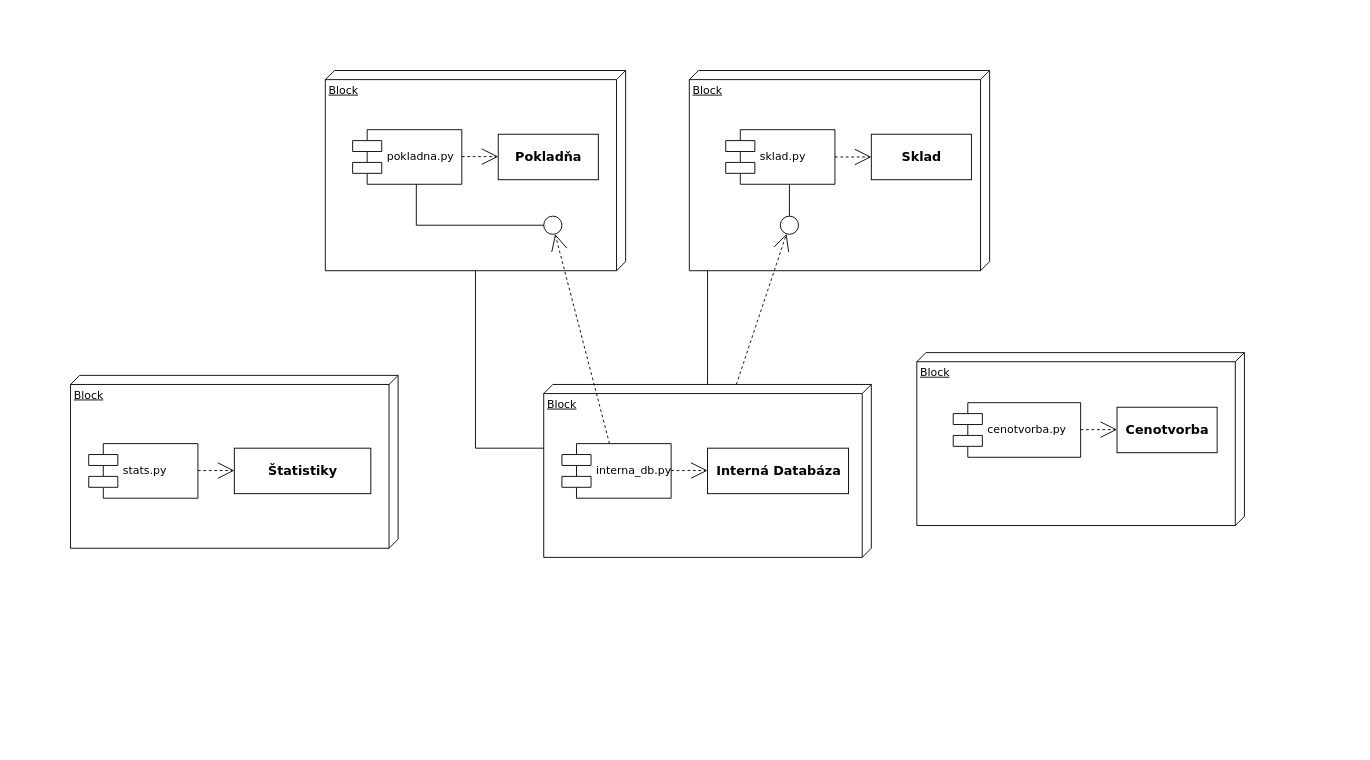
GISAdamToth/draw.io keeps this draw.io diagram as class_sample.drawio. Above is the earlier version. Source tidied: cells renumbered, new cells numbered last; positions are measured from the earlier drawing's top-left corner, leaving out a move shared by most shapes. Both pictures are drawn from the tidied source at 91%, with x=0, y=0 at pixel (70, 70).
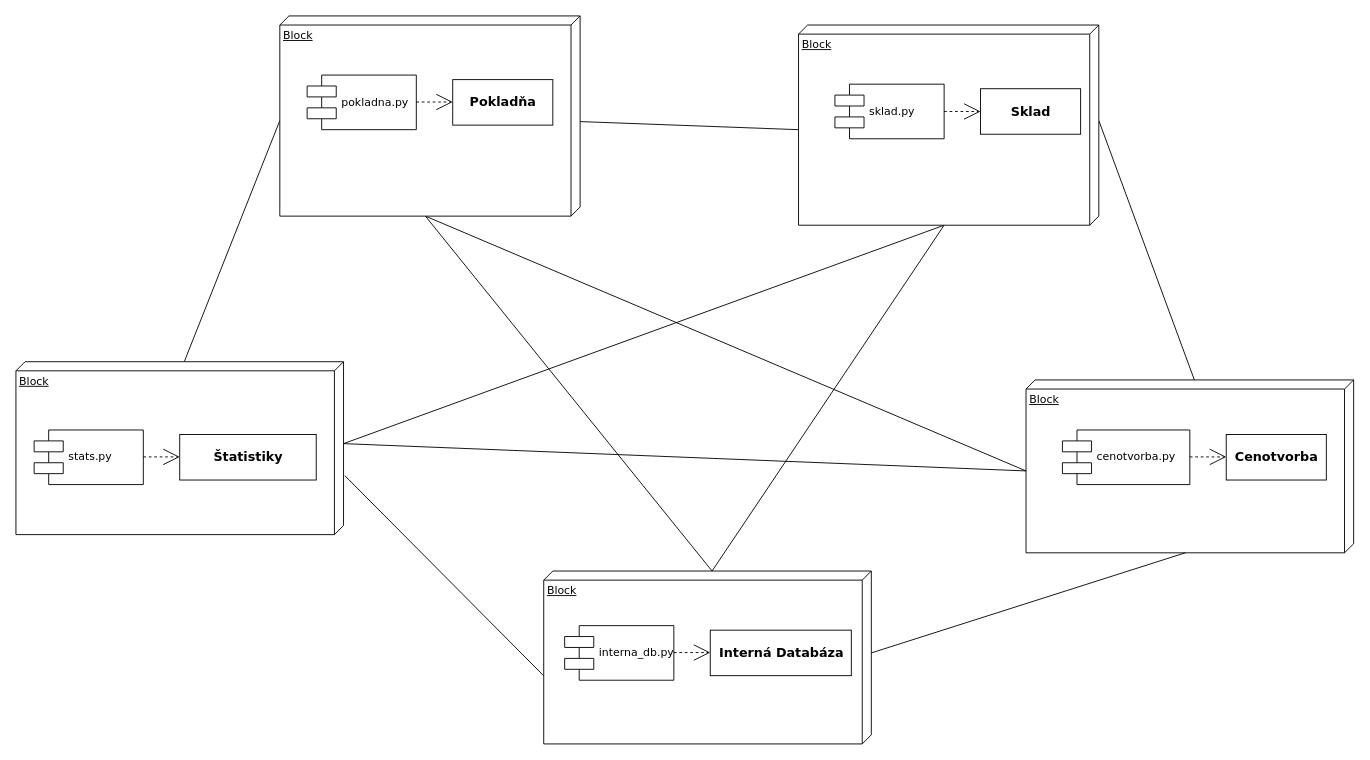
Above is the later version.

What changed in the source:
```diff
@@
+    <mxCell id="30" style="endArrow=none;html=1;rounded=0;fontSize=14;exitX=0.659;exitY=-0.004;exitDx=0;exitDy=0;exitPerimeter=0;entryX=0.606;entryY=1;entryDx=0;entryDy=0;entryPerimeter=0;" parent="1" edge="1" source="20" target="4">
+      <mxGeometry relative="1" as="geometry" />
+    </mxCell>
+    <mxCell id="31" style="group;" parent="1" vertex="1">
+      <mxGeometry x="1050" y="340" width="360" height="190" as="geometry" />
+    </mxCell>
+    <mxCell id="21" value="Block" style="verticalAlign=top;align=left;spacingTop=8;spacingLeft=2;spacingRight=12;shape=cube;size=10;direction=south;fontStyle=4;html=1;rounded=0;shadow=0;comic=0;labelBackgroundColor=none;strokeWidth=1;fontFamily=Verdana;fontSize=12;" parent="31" vertex="1">
+      <mxGeometry width="360" height="190" as="geometry" />
+    </mxCell>
+    <mxCell id="22" value="cenotvorba.py" style="shape=component;align=left;spacingLeft=36;rounded=0;shadow=0;comic=0;labelBackgroundColor=none;strokeWidth=1;fontFamily=Verdana;fontSize=12;html=1;" parent="31" vertex="1">
+      <mxGeometry x="40" y="55" width="140" height="60" as="geometry" />
+    </mxCell>
+    <mxCell id="25" value="Cenotvorba" style="html=1;rounded=0;shadow=0;comic=0;labelBackgroundColor=none;strokeWidth=1;fontFamily=Verdana;fontSize=14;align=center;fontStyle=1;" parent="31" vertex="1">
+      <mxGeometry x="220" y="60" width="110" height="50" as="geometry" />
+    </mxCell>
+    <mxCell id="26" style="edgeStyle=orthogonalEdgeStyle;rounded=0;html=1;dashed=1;labelBackgroundColor=none;startArrow=none;startFill=0;startSize=8;endArrow=open;endFill=0;endSize=16;fontFamily=Verdana;fontSize=12;" parent="31" edge="1">
+      <mxGeometry relative="1" as="geometry">
+        <mxPoint x="180" y="84.6" as="sourcePoint" />
+        <mxPoint x="220" y="84.6" as="targetPoint" />
+      </mxGeometry>
+    </mxCell>
+    <mxCell id="32" style="group;" parent="1" vertex="1">
+      <mxGeometry x="520" y="550" width="360" height="190" as="geometry" />
+    </mxCell>
+    <mxCell id="33" style="group;" parent="32" vertex="1">
+      <mxGeometry width="360" height="190" as="geometry" />
+    </mxCell>
+    <mxCell id="4" value="Block" style="verticalAlign=top;align=left;spacingTop=8;spacingLeft=2;spacingRight=12;shape=cube;size=10;direction=south;fontStyle=4;html=1;rounded=0;shadow=0;comic=0;labelBackgroundColor=none;strokeWidth=1;fontFamily=Verdana;fontSize=12;" parent="33" vertex="1">
+      <mxGeometry width="360" height="190" as="geometry" />
+    </mxCell>
+    <mxCell id="34" style="group;" parent="33" vertex="1">
+      <mxGeometry x="23" y="60" width="315" height="60" as="geometry" />
+    </mxCell>
+    <mxCell id="11" value="interna_db.py" style="shape=component;align=left;spacingLeft=36;rounded=0;shadow=0;comic=0;labelBackgroundColor=none;strokeWidth=1;fontFamily=Verdana;fontSize=12;html=1;" parent="34" vertex="1">
+      <mxGeometry width="120" height="60" as="geometry" />
+    </mxCell>
+    <mxCell id="19" value="Interná Databáza" style="html=1;rounded=0;shadow=0;comic=0;labelBackgroundColor=none;strokeWidth=1;fontFamily=Verdana;fontSize=14;align=center;fontStyle=1;" parent="34" vertex="1">
+      <mxGeometry x="160" y="5" width="155" height="50" as="geometry" />
+    </mxCell>
+    <mxCell id="28" style="edgeStyle=orthogonalEdgeStyle;rounded=0;html=1;dashed=1;labelBackgroundColor=none;startArrow=none;startFill=0;startSize=8;endArrow=open;endFill=0;endSize=16;fontFamily=Verdana;fontSize=12;" parent="34" edge="1">
+      <mxGeometry relative="1" as="geometry">
+        <mxPoint x="120" y="29.6" as="sourcePoint" />
+        <mxPoint x="160" y="29.6" as="targetPoint" />
+      </mxGeometry>
+    </mxCell>
+    <mxCell id="35" style="endArrow=none;html=1;rounded=0;fontSize=14;exitX=0;exitY=0;exitDx=190;exitDy=185;exitPerimeter=0;entryX=0;entryY=0;entryDx=90;entryDy=0;entryPerimeter=0;" parent="1" edge="1" source="21" target="4">
+      <mxGeometry relative="1" as="geometry" />
+    </mxCell>
+    <mxCell id="36" style="endArrow=none;html=1;rounded=0;fontSize=14;exitX=0;exitY=0;exitDx=115;exitDy=330;exitPerimeter=0;entryX=0;entryY=0;entryDx=0;entryDy=175;entryPerimeter=0;" parent="1" edge="1" source="2" target="20">
+      <mxGeometry relative="1" as="geometry" />
+    </mxCell>
+    <mxCell id="37" style="endArrow=none;html=1;rounded=0;fontSize=14;entryX=0;entryY=0;entryDx=115;entryDy=330;entryPerimeter=0;" parent="1" edge="1" source="2" target="3">
+      <mxGeometry relative="1" as="geometry" />
+    </mxCell>
+    <mxCell id="38" style="endArrow=none;html=1;rounded=0;fontSize=14;exitX=0;exitY=0;exitDx=105;exitDy=0;exitPerimeter=0;entryX=0;entryY=0;entryDx=0;entryDy=175;entryPerimeter=0;" parent="1" edge="1" source="3" target="21">
+      <mxGeometry relative="1" as="geometry" />
+    </mxCell>
+    <mxCell id="39" style="endArrow=none;html=1;rounded=0;fontSize=14;exitX=0;exitY=0;exitDx=220;exitDy=170;exitPerimeter=0;entryX=0;entryY=0;entryDx=90;entryDy=0;entryPerimeter=0;" parent="1" edge="1" source="3" target="20">
+      <mxGeometry relative="1" as="geometry" />
+    </mxCell>
+    <mxCell id="40" style="endArrow=none;html=1;rounded=0;fontSize=14;exitX=0;exitY=0;exitDx=100;exitDy=360;exitPerimeter=0;entryX=0;entryY=0;entryDx=220;entryDy=170;entryPerimeter=0;" parent="1" edge="1" source="21" target="2">
+      <mxGeometry relative="1" as="geometry" />
+    </mxCell>
+    <mxCell id="41" style="endArrow=none;html=1;rounded=0;fontSize=14;exitX=0;exitY=0;exitDx=220;exitDy=170;exitPerimeter=0;entryX=0;entryY=0;entryDx=0;entryDy=175;entryPerimeter=0;" parent="1" edge="1" source="2" target="4">
+      <mxGeometry relative="1" as="geometry" />
+    </mxCell>
+    <mxCell id="42" style="endArrow=none;html=1;rounded=0;fontSize=14;exitX=0;exitY=0;exitDx=220;exitDy=170;exitPerimeter=0;entryX=0;entryY=0;entryDx=0;entryDy=175;entryPerimeter=0;" parent="1" edge="1" source="3" target="4">
+      <mxGeometry relative="1" as="geometry" />
+    </mxCell>
+    <mxCell id="43" style="endArrow=none;html=1;rounded=0;fontSize=14;exitX=0;exitY=0;exitDx=100;exitDy=360;exitPerimeter=0;entryX=0;entryY=0;entryDx=90;entryDy=0;entryPerimeter=0;" parent="1" edge="1" source="21" target="20">
+      <mxGeometry relative="1" as="geometry" />
+    </mxCell>
+    <mxCell id="44" style="group;" parent="1" vertex="1">
+      <mxGeometry x="800" y="-50" width="330" height="220" as="geometry" />
+    </mxCell>
+    <mxCell id="3" value="Block" style="verticalAlign=top;align=left;spacingTop=8;spacingLeft=2;spacingRight=12;shape=cube;size=10;direction=south;fontStyle=4;html=1;rounded=0;shadow=0;comic=0;labelBackgroundColor=none;strokeWidth=1;fontFamily=Verdana;fontSize=12;" parent="44" vertex="1">
+      <mxGeometry width="330" height="220" as="geometry" />
+    </mxCell>
+    <mxCell id="8" value="sklad.py" style="shape=component;align=left;spacingLeft=36;rounded=0;shadow=0;comic=0;labelBackgroundColor=none;strokeWidth=1;fontFamily=Verdana;fontSize=12;html=1;" parent="44" vertex="1">
+      <mxGeometry x="40" y="65" width="120" height="60" as="geometry" />
+    </mxCell>
+    <mxCell id="9" value="Sklad" style="html=1;rounded=0;shadow=0;comic=0;labelBackgroundColor=none;strokeWidth=1;fontFamily=Verdana;fontSize=14;align=center;fontStyle=1;" parent="44" vertex="1">
+      <mxGeometry x="200" y="70" width="110" height="50" as="geometry" />
+    </mxCell>
+    <mxCell id="16" style="edgeStyle=orthogonalEdgeStyle;rounded=0;html=1;dashed=1;labelBackgroundColor=none;startArrow=none;startFill=0;startSize=8;endArrow=open;endFill=0;endSize=16;fontFamily=Verdana;fontSize=12;" parent="44" edge="1" source="8" target="9">
+      <mxGeometry relative="1" as="geometry" />
+    </mxCell>
+    <mxCell id="45" style="group;" parent="1" vertex="1">
+      <mxGeometry x="230" y="-60" width="330" height="220" as="geometry" />
+    </mxCell>
-    <mxCell id="2" value="Block" style="verticalAlign=top;align=left;spacingTop=8;spacingLeft=2;spacingRight=12;shape=cube;size=10;direction=south;fontStyle=4;html=1;rounded=0;shadow=0;comic=0;labelBackgroundColor=none;strokeWidth=1;fontFamily=Verdana;fontSize=12;" parent="1" vertex="1">
-      <mxGeometry x="280" width="330" height="220" as="geometry" />
+    <mxCell id="2" value="Block" style="verticalAlign=top;align=left;spacingTop=8;spacingLeft=2;spacingRight=12;shape=cube;size=10;direction=south;fontStyle=4;html=1;rounded=0;shadow=0;comic=0;labelBackgroundColor=none;strokeWidth=1;fontFamily=Verdana;fontSize=12;" parent="45" vertex="1">
+      <mxGeometry width="330" height="220" as="geometry" />
     </mxCell>
-    <mxCell id="3" value="Block" style="verticalAlign=top;align=left;spacingTop=8;spacingLeft=2;spacingRight=12;shape=cube;size=10;direction=south;fontStyle=4;html=1;rounded=0;shadow=0;comic=0;labelBackgroundColor=none;strokeWidth=1;fontFamily=Verdana;fontSize=12;" parent="1" vertex="1">
-      <mxGeometry x="680" width="330" height="220" as="geometry" />
-    </mxCell>
-    <mxCell id="4" value="Block" style="verticalAlign=top;align=left;spacingTop=8;spacingLeft=2;spacingRight=12;shape=cube;size=10;direction=south;fontStyle=4;html=1;rounded=0;shadow=0;comic=0;labelBackgroundColor=none;strokeWidth=1;fontFamily=Verdana;fontSize=12;" parent="1" vertex="1">
-      <mxGeometry x="520" y="345" width="360" height="190" as="geometry" />
-    </mxCell>
-    <mxCell id="5" value="Pokladňa" style="html=1;rounded=0;shadow=0;comic=0;labelBackgroundColor=none;strokeWidth=1;fontFamily=Verdana;fontSize=14;align=center;fontStyle=1;" parent="1" vertex="1">
-      <mxGeometry x="470" y="70" width="110" height="50" as="geometry" />
+    <mxCell id="5" value="Pokladňa" style="html=1;rounded=0;shadow=0;comic=0;labelBackgroundColor=none;strokeWidth=1;fontFamily=Verdana;fontSize=14;align=center;fontStyle=1;" parent="45" vertex="1">
+      <mxGeometry x="190" y="70" width="110" height="50" as="geometry" />
     </mxCell>
-    <mxCell id="6" value="pokladna.py" style="shape=component;align=left;spacingLeft=36;rounded=0;shadow=0;comic=0;labelBackgroundColor=none;strokeWidth=1;fontFamily=Verdana;fontSize=12;html=1;" parent="1" vertex="1">
-      <mxGeometry x="310" y="65" width="120" height="60" as="geometry" />
+    <mxCell id="6" value="pokladna.py" style="shape=component;align=left;spacingLeft=36;rounded=0;shadow=0;comic=0;labelBackgroundColor=none;strokeWidth=1;fontFamily=Verdana;fontSize=12;html=1;" parent="45" vertex="1">
+      <mxGeometry x="30" y="65" width="120" height="60" as="geometry" />
     </mxCell>
-    <mxCell id="7" style="ellipse;whiteSpace=wrap;html=1;rounded=0;shadow=0;comic=0;labelBackgroundColor=none;strokeWidth=1;fontFamily=Verdana;fontSize=12;align=center;" parent="1" vertex="1">
-      <mxGeometry x="520" y="160" width="20" height="20" as="geometry" />
-    </mxCell>
-    <mxCell id="8" value="sklad.py" style="shape=component;align=left;spacingLeft=36;rounded=0;shadow=0;comic=0;labelBackgroundColor=none;strokeWidth=1;fontFamily=Verdana;fontSize=12;html=1;" parent="1" vertex="1">
-      <mxGeometry x="720" y="65" width="120" height="60" as="geometry" />
-    </mxCell>
-    <mxCell id="9" value="Sklad" style="html=1;rounded=0;shadow=0;comic=0;labelBackgroundColor=none;strokeWidth=1;fontFamily=Verdana;fontSize=14;align=center;fontStyle=1;" parent="1" vertex="1">
-      <mxGeometry x="880" y="70" width="110" height="50" as="geometry" />
-    </mxCell>
-    <mxCell id="10" style="ellipse;whiteSpace=wrap;html=1;rounded=0;shadow=0;comic=0;labelBackgroundColor=none;strokeWidth=1;fontFamily=Verdana;fontSize=12;align=center;" parent="1" vertex="1">
-      <mxGeometry x="780" y="160" width="20" height="20" as="geometry" />
-    </mxCell>
-    <mxCell id="11" value="interna_db.py" style="shape=component;align=left;spacingLeft=36;rounded=0;shadow=0;comic=0;labelBackgroundColor=none;strokeWidth=1;fontFamily=Verdana;fontSize=12;html=1;" parent="1" vertex="1">
-      <mxGeometry x="540" y="410" width="120" height="60" as="geometry" />
-    </mxCell>
-    <mxCell id="12" style="edgeStyle=none;rounded=0;html=1;dashed=1;labelBackgroundColor=none;startArrow=none;startFill=0;startSize=8;endArrow=open;endFill=0;endSize=16;fontFamily=Verdana;fontSize=12;" parent="1" edge="1" source="11" target="7">
-      <mxGeometry relative="1" as="geometry" />
-    </mxCell>
-    <mxCell id="13" style="edgeStyle=none;rounded=0;html=1;dashed=1;labelBackgroundColor=none;startArrow=none;startFill=0;startSize=8;endArrow=open;endFill=0;endSize=16;fontFamily=Verdana;fontSize=12;" parent="1" edge="1" source="4" target="10">
-      <mxGeometry relative="1" as="geometry" />
-    </mxCell>
-    <mxCell id="14" style="edgeStyle=elbowEdgeStyle;rounded=0;html=1;labelBackgroundColor=none;startArrow=none;startFill=0;startSize=8;endArrow=none;endFill=0;endSize=16;fontFamily=Verdana;fontSize=12;" parent="1" edge="1" source="10" target="8">
-      <mxGeometry relative="1" as="geometry" />
-    </mxCell>
-    <mxCell id="15" style="edgeStyle=elbowEdgeStyle;rounded=0;html=1;labelBackgroundColor=none;startArrow=none;startFill=0;startSize=8;endArrow=none;endFill=0;endSize=16;fontFamily=Verdana;fontSize=12;" parent="1" edge="1" source="7" target="6">
-      <mxGeometry relative="1" as="geometry">
-        <Array as="points">
-          <mxPoint x="380" y="170" />
-        </Array>
-      </mxGeometry>
-    </mxCell>
-    <mxCell id="16" style="edgeStyle=orthogonalEdgeStyle;rounded=0;html=1;dashed=1;labelBackgroundColor=none;startArrow=none;startFill=0;startSize=8;endArrow=open;endFill=0;endSize=16;fontFamily=Verdana;fontSize=12;" parent="1" edge="1" source="8" target="9">
-      <mxGeometry relative="1" as="geometry" />
-    </mxCell>
-    <mxCell id="17" style="edgeStyle=orthogonalEdgeStyle;rounded=0;html=1;labelBackgroundColor=none;startArrow=none;startFill=0;startSize=8;endArrow=none;endFill=0;endSize=16;fontFamily=Verdana;fontSize=12;" parent="1" edge="1" source="4" target="3">
-      <mxGeometry relative="1" as="geometry">
-        <Array as="points">
-          <mxPoint x="855" y="415" />
-        </Array>
-      </mxGeometry>
-    </mxCell>
-    <mxCell id="18" style="edgeStyle=orthogonalEdgeStyle;rounded=0;html=1;labelBackgroundColor=none;startArrow=none;startFill=0;startSize=8;endArrow=none;endFill=0;endSize=16;fontFamily=Verdana;fontSize=12;" parent="1" edge="1" source="4" target="2">
-      <mxGeometry relative="1" as="geometry">
-        <Array as="points">
-          <mxPoint x="445" y="415" />
-        </Array>
-      </mxGeometry>
-    </mxCell>
-    <mxCell id="19" value="Interná Databáza" style="html=1;rounded=0;shadow=0;comic=0;labelBackgroundColor=none;strokeWidth=1;fontFamily=Verdana;fontSize=14;align=center;fontStyle=1;" parent="1" vertex="1">
-      <mxGeometry x="700" y="415" width="155" height="50" as="geometry" />
-    </mxCell>
+    <mxCell id="29" style="edgeStyle=orthogonalEdgeStyle;rounded=0;html=1;dashed=1;labelBackgroundColor=none;startArrow=none;startFill=0;startSize=8;endArrow=open;endFill=0;endSize=16;fontFamily=Verdana;fontSize=12;" parent="45" edge="1">
+      <mxGeometry relative="1" as="geometry">
+        <mxPoint x="150" y="94.6" as="sourcePoint" />
+        <mxPoint x="190" y="94.6" as="targetPoint" />
+      </mxGeometry>
+    </mxCell>
+    <mxCell id="46" style="group;" parent="1" vertex="1">
+      <mxGeometry x="-60" y="320" width="360" height="190" as="geometry" />
+    </mxCell>
-    <mxCell id="20" value="Block" style="verticalAlign=top;align=left;spacingTop=8;spacingLeft=2;spacingRight=12;shape=cube;size=10;direction=south;fontStyle=4;html=1;rounded=0;shadow=0;comic=0;labelBackgroundColor=none;strokeWidth=1;fontFamily=Verdana;fontSize=12;" parent="1" vertex="1">
-      <mxGeometry y="335" width="360" height="190" as="geometry" />
+    <mxCell id="20" value="Block" style="verticalAlign=top;align=left;spacingTop=8;spacingLeft=2;spacingRight=12;shape=cube;size=10;direction=south;fontStyle=4;html=1;rounded=0;shadow=0;comic=0;labelBackgroundColor=none;strokeWidth=1;fontFamily=Verdana;fontSize=12;" parent="46" vertex="1">
+      <mxGeometry width="360" height="190" as="geometry" />
     </mxCell>
-    <mxCell id="21" value="Block" style="verticalAlign=top;align=left;spacingTop=8;spacingLeft=2;spacingRight=12;shape=cube;size=10;direction=south;fontStyle=4;html=1;rounded=0;shadow=0;comic=0;labelBackgroundColor=none;strokeWidth=1;fontFamily=Verdana;fontSize=12;" parent="1" vertex="1">
-      <mxGeometry x="930" y="310" width="360" height="190" as="geometry" />
-    </mxCell>
-    <mxCell id="22" value="cenotvorba.py" style="shape=component;align=left;spacingLeft=36;rounded=0;shadow=0;comic=0;labelBackgroundColor=none;strokeWidth=1;fontFamily=Verdana;fontSize=12;html=1;" parent="1" vertex="1">
-      <mxGeometry x="970" y="365" width="140" height="60" as="geometry" />
-    </mxCell>
-    <mxCell id="23" value="stats.py" style="shape=component;align=left;spacingLeft=36;rounded=0;shadow=0;comic=0;labelBackgroundColor=none;strokeWidth=1;fontFamily=Verdana;fontSize=12;html=1;" parent="1" vertex="1">
-      <mxGeometry x="20" y="410" width="120" height="60" as="geometry" />
+    <mxCell id="23" value="stats.py" style="shape=component;align=left;spacingLeft=36;rounded=0;shadow=0;comic=0;labelBackgroundColor=none;strokeWidth=1;fontFamily=Verdana;fontSize=12;html=1;" parent="46" vertex="1">
+      <mxGeometry x="20" y="75" width="120" height="60" as="geometry" />
     </mxCell>
-    <mxCell id="24" value="Štatistiky" style="html=1;rounded=0;shadow=0;comic=0;labelBackgroundColor=none;strokeWidth=1;fontFamily=Verdana;fontSize=14;align=center;fontStyle=1;" parent="1" vertex="1">
-      <mxGeometry x="180" y="415" width="150" height="50" as="geometry" />
+    <mxCell id="24" value="Štatistiky" style="html=1;rounded=0;shadow=0;comic=0;labelBackgroundColor=none;strokeWidth=1;fontFamily=Verdana;fontSize=14;align=center;fontStyle=1;" parent="46" vertex="1">
+      <mxGeometry x="180" y="80" width="150" height="50" as="geometry" />
     </mxCell>
-    <mxCell id="25" value="Cenotvorba" style="html=1;rounded=0;shadow=0;comic=0;labelBackgroundColor=none;strokeWidth=1;fontFamily=Verdana;fontSize=14;align=center;fontStyle=1;" parent="1" vertex="1">
-      <mxGeometry x="1150" y="370" width="110" height="50" as="geometry" />
-    </mxCell>
-    <mxCell id="26" style="edgeStyle=orthogonalEdgeStyle;rounded=0;html=1;dashed=1;labelBackgroundColor=none;startArrow=none;startFill=0;startSize=8;endArrow=open;endFill=0;endSize=16;fontFamily=Verdana;fontSize=12;" parent="1" edge="1">
-      <mxGeometry relative="1" as="geometry">
-        <mxPoint x="1110" y="394.6" as="sourcePoint" />
-        <mxPoint x="1150" y="394.6" as="targetPoint" />
-      </mxGeometry>
-    </mxCell>
-    <mxCell id="27" style="edgeStyle=orthogonalEdgeStyle;rounded=0;html=1;dashed=1;labelBackgroundColor=none;startArrow=none;startFill=0;startSize=8;endArrow=open;endFill=0;endSize=16;fontFamily=Verdana;fontSize=12;" parent="1" edge="1">
+    <mxCell id="27" style="edgeStyle=orthogonalEdgeStyle;rounded=0;html=1;dashed=1;labelBackgroundColor=none;startArrow=none;startFill=0;startSize=8;endArrow=open;endFill=0;endSize=16;fontFamily=Verdana;fontSize=12;" parent="46" edge="1">
       <mxGeometry relative="1" as="geometry">
-        <mxPoint x="140" y="439.6" as="sourcePoint" />
-        <mxPoint x="180" y="439.6" as="targetPoint" />
+        <mxPoint x="140" y="104.6" as="sourcePoint" />
+        <mxPoint x="180" y="104.6" as="targetPoint" />
       </mxGeometry>
     </mxCell>
-    <mxCell id="28" style="edgeStyle=orthogonalEdgeStyle;rounded=0;html=1;dashed=1;labelBackgroundColor=none;startArrow=none;startFill=0;startSize=8;endArrow=open;endFill=0;endSize=16;fontFamily=Verdana;fontSize=12;" parent="1" edge="1">
-      <mxGeometry relative="1" as="geometry">
-        <mxPoint x="660" y="439.6" as="sourcePoint" />
-        <mxPoint x="700" y="439.6" as="targetPoint" />
-      </mxGeometry>
-    </mxCell>
-    <mxCell id="29" style="edgeStyle=orthogonalEdgeStyle;rounded=0;html=1;dashed=1;labelBackgroundColor=none;startArrow=none;startFill=0;startSize=8;endArrow=open;endFill=0;endSize=16;fontFamily=Verdana;fontSize=12;" parent="1" edge="1">
-      <mxGeometry relative="1" as="geometry">
-        <mxPoint x="430" y="94.6" as="sourcePoint" />
-        <mxPoint x="470" y="94.6" as="targetPoint" />
-      </mxGeometry>
-    </mxCell>
```
